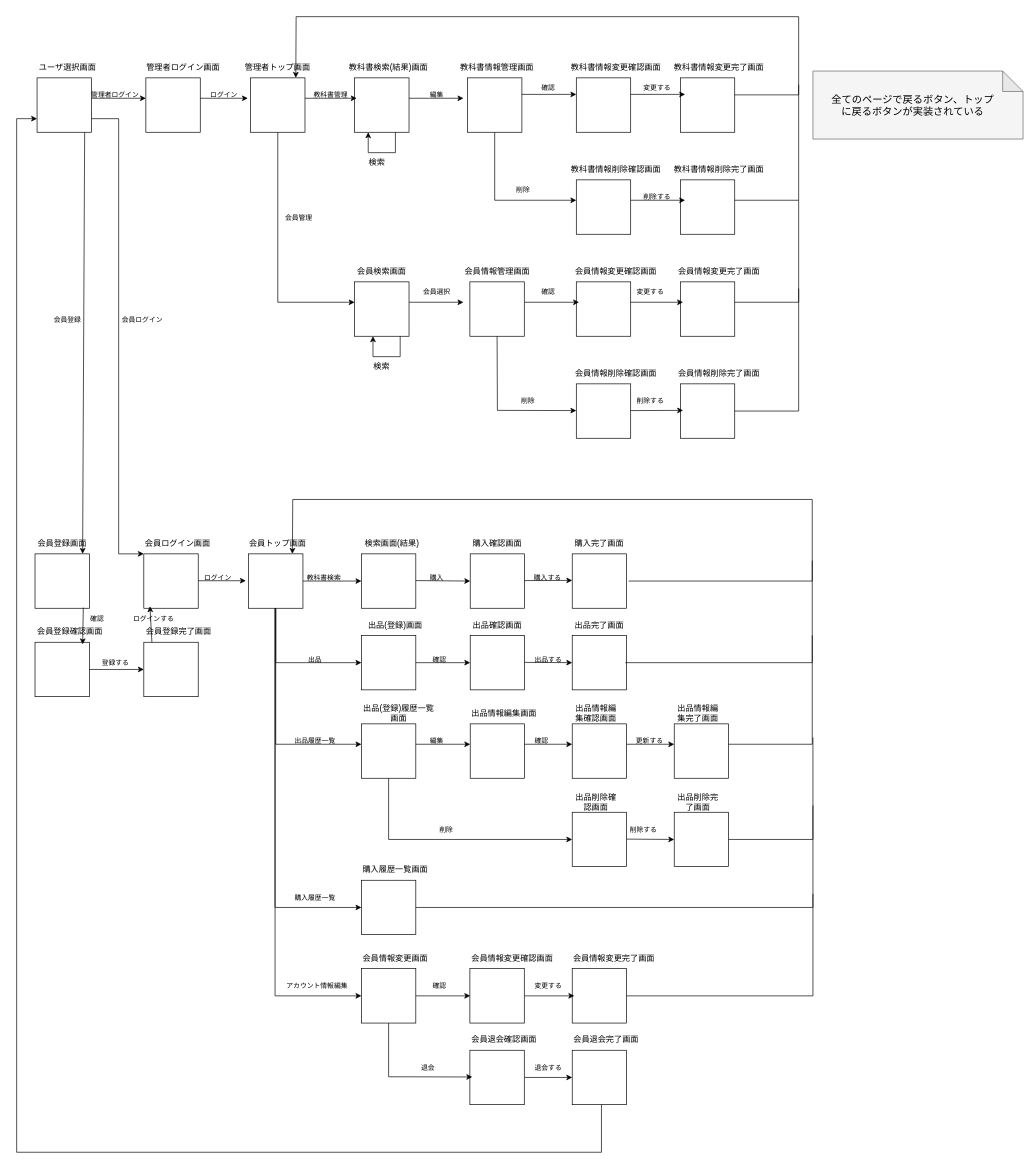
Earlier version of the draw.io diagram 画面遷移図.drawio (2022java42-student009/ProjectJava). Source tidied: cells renumbered, new cells numbered last; positions are measured from the earlier drawing's top-left corner, leaving out a move shared by most shapes. Both pictures are drawn from the tidied source at 68%, with x=0, y=0 at pixel (16, 16).
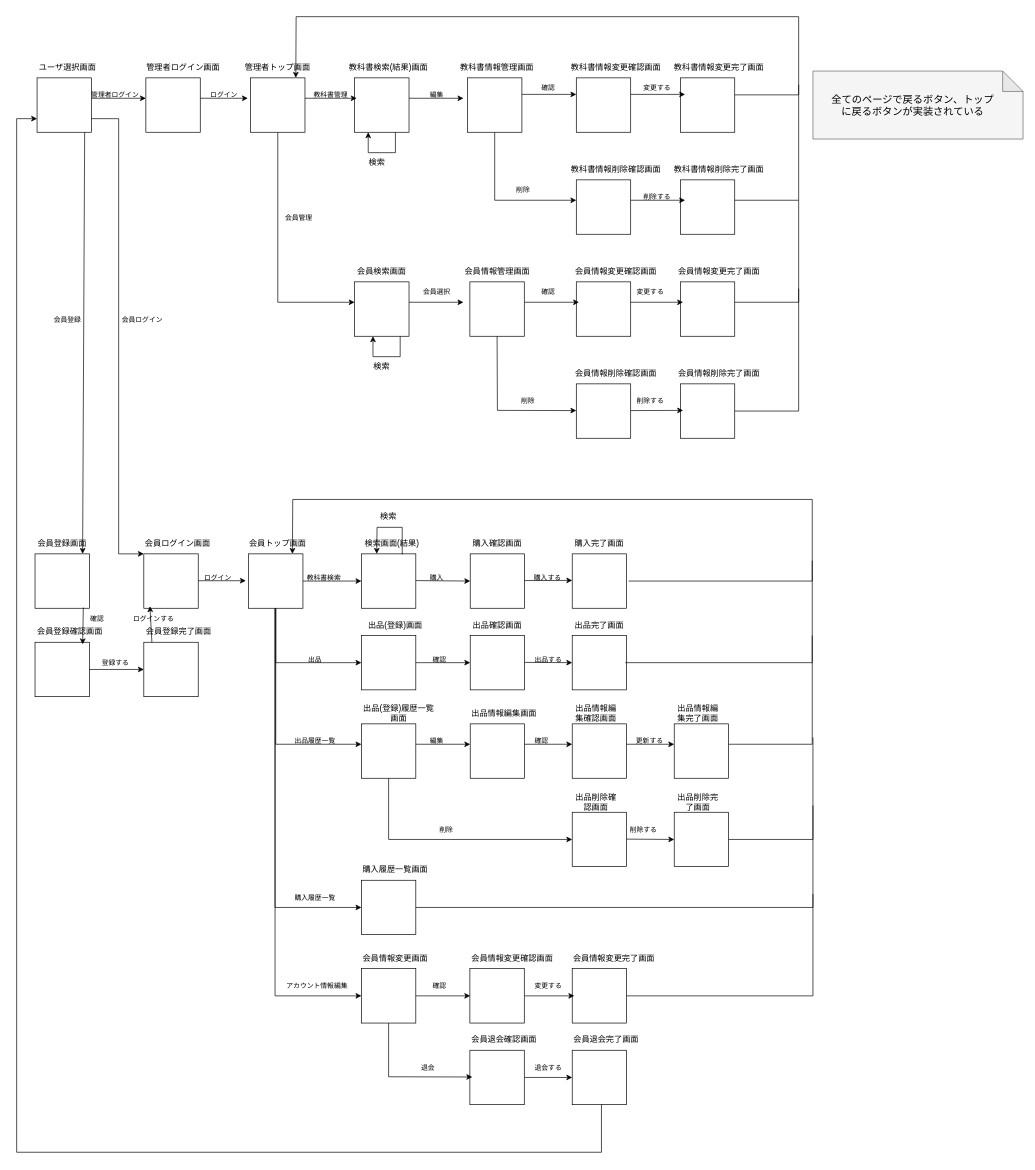
After the change.

Commit message (it also covers changes not shown here):
レイアウト、遷移図編集

Unchanged cells that the change refers to:
```xml
<mxCell id="23" value="検索画面(結果)" style="text;html=1;strokeColor=none;fillColor=none;align=center;verticalAlign=middle;whiteSpace=wrap;rounded=0;" parent="1" vertex="1">
  <mxGeometry x="507" y="760" width="90" height="30" as="geometry" />
</mxCell>
```

The edit, as a diff of the source:
```diff
@@
+    <mxCell id="171" style="endArrow=classic;html=1;rounded=0;exitX=0.667;exitY=1.033;exitDx=0;exitDy=0;entryX=0.25;entryY=1;entryDx=0;entryDy=0;exitPerimeter=0;" parent="1" edge="1" source="23" target="23">
+      <mxGeometry relative="1" as="geometry">
+        <Array as="points">
+          <mxPoint x="567" y="751" />
+          <mxPoint x="530" y="751" />
+        </Array>
+      </mxGeometry>
+    </mxCell>
+    <mxCell id="172" value="検索" style="text;html=1;strokeColor=none;fillColor=none;align=center;verticalAlign=middle;whiteSpace=wrap;rounded=0;" parent="1" vertex="1">
+      <mxGeometry x="517" y="720" width="60" height="30" as="geometry" />
+    </mxCell>
```
